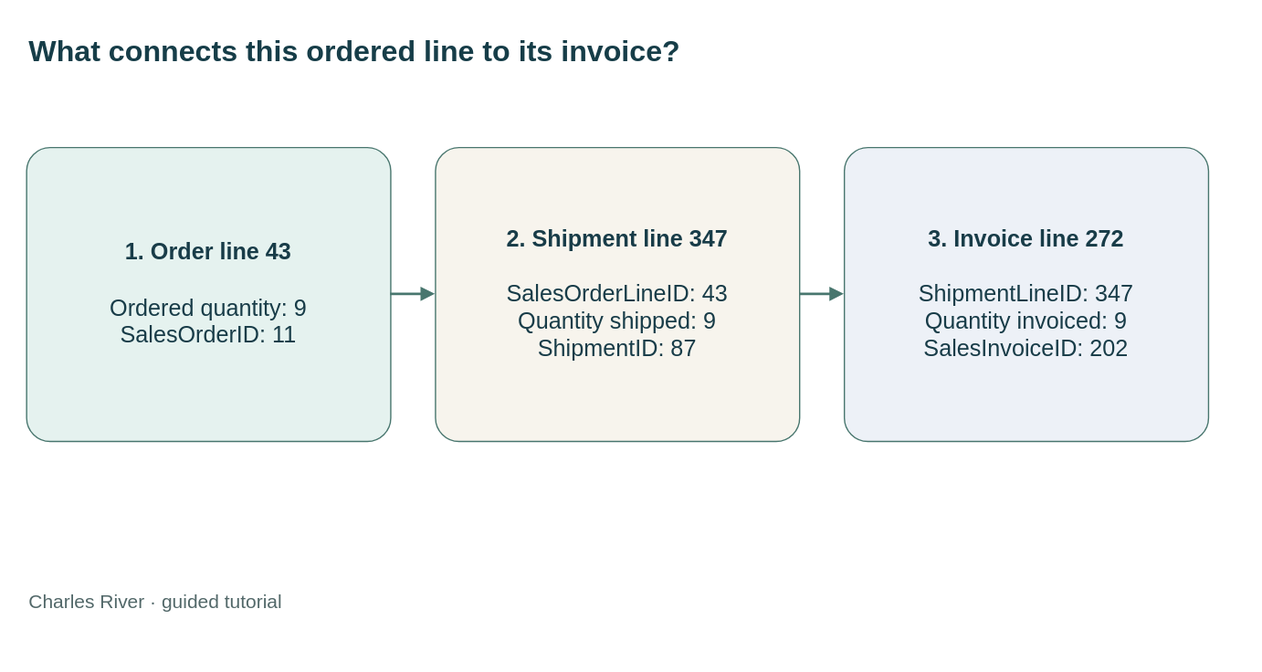
mmcodesso/CharlesRiver_Database keeps this draw.io diagram as static/diagrams/tutorials/source-to-ledger.svg. Above is the earlier version. Source tidied: cells renumbered, new cells last; positions are measured from the earlier drawing's top-left corner, leaving out a move shared by most shapes.
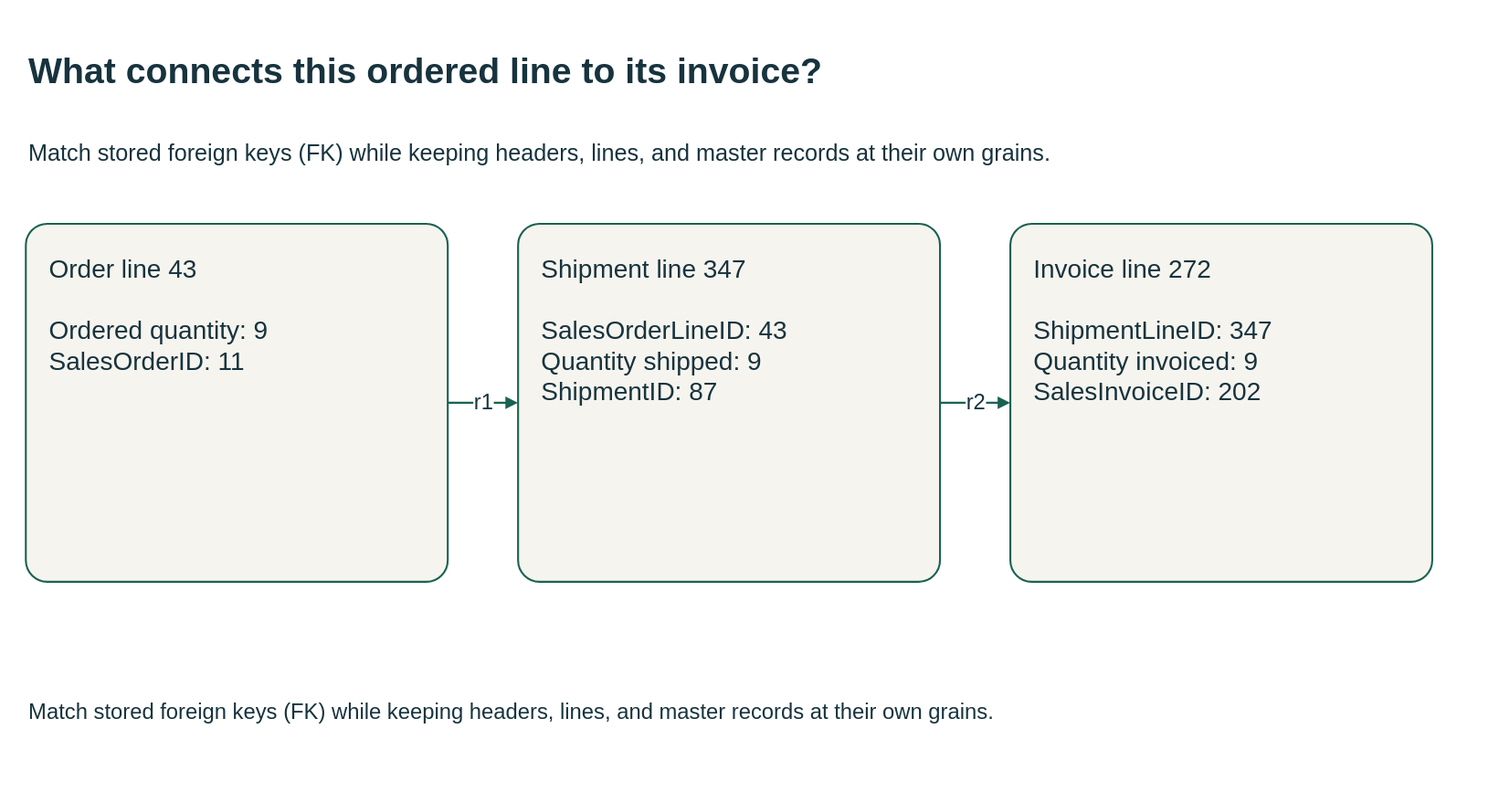
The same diagram one commit later.

The edit, as a diff of the source:
```diff
@@ -1,27 +1,30 @@
-<mxGraphModel>
+<mxGraphModel background="#FFFFFF">
   <root>
     <mxCell id="0" />
     <mxCell id="1" parent="0" />
-    <mxCell id="2" value="What connects this ordered line to its invoice?" style="text;html=0;whiteSpace=wrap;fontSize=23;fontStyle=1;fontColor=#163d48;align=left;" parent="1" vertex="1">
-      <mxGeometry width="920" height="60" as="geometry" />
+    <mxCell id="2" value="What connects this ordered line to its invoice?" style="html=0;fontFamily=Arial;fontSize=20;fontColor=#17333e;strokeColor=#196252;strokeWidth=1.5;whiteSpace=wrap;text;strokeColor=none;fillColor=none;align=left;verticalAlign=middle;fontSize=28;fontStyle=1;" parent="1" vertex="1">
+      <mxGeometry width="1110" height="70" as="geometry" />
     </mxCell>
+    <mxCell id="9" value="Match stored foreign keys (FK) while keeping headers, lines, and master records at their own grains." style="html=0;fontFamily=Arial;fontSize=20;fontColor=#17333e;strokeColor=#196252;strokeWidth=1.5;whiteSpace=wrap;text;strokeColor=none;fillColor=none;align=left;verticalAlign=middle;fontSize=18;fontStyle=0;" parent="1" vertex="1">
+      <mxGeometry y="72" width="1110" height="55" as="geometry" />
+    </mxCell>
-    <mxCell id="3" value="&lt;b&gt;1. Order line 43&lt;/b&gt;&lt;br&gt;&lt;br&gt;Ordered quantity: 9&lt;br&gt;SalesOrderID: 11" style="rounded=1;whiteSpace=wrap;html=1;fillColor=#e5f2ef;strokeColor=#48766e;fontColor=#183c48;fontSize=18;spacing=15;arcSize=8;" parent="1" vertex="1">
-      <mxGeometry y="95" width="285" height="230" as="geometry" />
+    <mxCell id="3" value="Order line 43&#10;&#10;Ordered quantity: 9&#10;SalesOrderID: 11" style="html=0;fontFamily=Arial;fontSize=20;fontColor=#17333e;strokeColor=#196252;strokeWidth=1.5;whiteSpace=wrap;rounded=1;arcSize=6;fillColor=#f6f4ee;align=left;verticalAlign=top;spacing=18;" parent="1" vertex="1">
+      <mxGeometry y="155" width="330" height="280" as="geometry" />
     </mxCell>
-    <mxCell id="4" value="&lt;b&gt;2. Shipment line 347&lt;/b&gt;&lt;br&gt;&lt;br&gt;SalesOrderLineID: 43&lt;br&gt;Quantity shipped: 9&lt;br&gt;ShipmentID: 87" style="rounded=1;whiteSpace=wrap;html=1;fillColor=#f7f4ed;strokeColor=#48766e;fontColor=#183c48;fontSize=18;spacing=15;arcSize=8;" parent="1" vertex="1">
-      <mxGeometry x="320" y="95" width="285" height="230" as="geometry" />
+    <mxCell id="4" value="Shipment line 347&#10;&#10;SalesOrderLineID: 43&#10;Quantity shipped: 9&#10;ShipmentID: 87" style="html=0;fontFamily=Arial;fontSize=20;fontColor=#17333e;strokeColor=#196252;strokeWidth=1.5;whiteSpace=wrap;rounded=1;arcSize=6;fillColor=#f6f4ee;align=left;verticalAlign=top;spacing=18;" parent="1" vertex="1">
+      <mxGeometry x="385" y="155" width="330" height="280" as="geometry" />
     </mxCell>
-    <mxCell id="5" value="&lt;b&gt;3. Invoice line 272&lt;/b&gt;&lt;br&gt;&lt;br&gt;ShipmentLineID: 347&lt;br&gt;Quantity invoiced: 9&lt;br&gt;SalesInvoiceID: 202" style="rounded=1;whiteSpace=wrap;html=1;fillColor=#edf1f7;strokeColor=#48766e;fontColor=#183c48;fontSize=18;spacing=15;arcSize=8;" parent="1" vertex="1">
-      <mxGeometry x="640" y="95" width="285" height="230" as="geometry" />
+    <mxCell id="5" value="Invoice line 272&#10;&#10;ShipmentLineID: 347&#10;Quantity invoiced: 9&#10;SalesInvoiceID: 202" style="html=0;fontFamily=Arial;fontSize=20;fontColor=#17333e;strokeColor=#196252;strokeWidth=1.5;whiteSpace=wrap;rounded=1;arcSize=6;fillColor=#f6f4ee;align=left;verticalAlign=top;spacing=18;" parent="1" vertex="1">
+      <mxGeometry x="770" y="155" width="330" height="280" as="geometry" />
     </mxCell>
-    <mxCell id="6" style="edgeStyle=orthogonalEdgeStyle;rounded=0;html=0;strokeColor=#48766e;strokeWidth=2;endArrow=block;endFill=1;exitX=1;exitY=0.5;entryX=0;entryY=0.5;" parent="1" edge="1" source="3" target="4">
+    <mxCell id="6" value="r1" style="html=0;fontFamily=Arial;fontSize=20;fontColor=#17333e;strokeColor=#196252;strokeWidth=1.5;whiteSpace=wrap;edgeStyle=orthogonalEdgeStyle;rounded=0;fillColor=none;fontSize=17;labelBackgroundColor=#FFFFFF;startArrow=none;endArrow=block;endFill=1;dashed=0;exitX=1;exitY=0.5;entryX=0;entryY=0.5;" parent="1" edge="1" source="3" target="4">
       <mxGeometry relative="1" as="geometry" />
     </mxCell>
-    <mxCell id="7" style="edgeStyle=orthogonalEdgeStyle;rounded=0;html=0;strokeColor=#48766e;strokeWidth=2;endArrow=block;endFill=1;exitX=1;exitY=0.5;entryX=0;entryY=0.5;" parent="1" edge="1" source="4" target="5">
+    <mxCell id="7" value="r2" style="html=0;fontFamily=Arial;fontSize=20;fontColor=#17333e;strokeColor=#196252;strokeWidth=1.5;whiteSpace=wrap;edgeStyle=orthogonalEdgeStyle;rounded=0;fillColor=none;fontSize=17;labelBackgroundColor=#FFFFFF;startArrow=none;endArrow=block;endFill=1;dashed=0;exitX=1;exitY=0.5;entryX=0;entryY=0.5;" parent="1" edge="1" source="4" target="5">
       <mxGeometry relative="1" as="geometry" />
     </mxCell>
-    <mxCell id="8" value="Charles River · guided tutorial" style="text;html=0;fontColor=#526869;fontSize=15;align=left;" parent="1" vertex="1">
-      <mxGeometry y="435" width="920" height="30" as="geometry" />
+    <mxCell id="8" value="Match stored foreign keys (FK) while keeping headers, lines, and master records at their own grains." style="html=0;fontFamily=Arial;fontSize=20;fontColor=#17333e;strokeColor=#196252;strokeWidth=1.5;whiteSpace=wrap;text;strokeColor=none;fillColor=none;align=left;verticalAlign=middle;fontSize=17;fontStyle=0;" parent="1" vertex="1">
+      <mxGeometry y="507" width="1110" height="60" as="geometry" />
     </mxCell>
   </root>
 </mxGraphModel>
```
